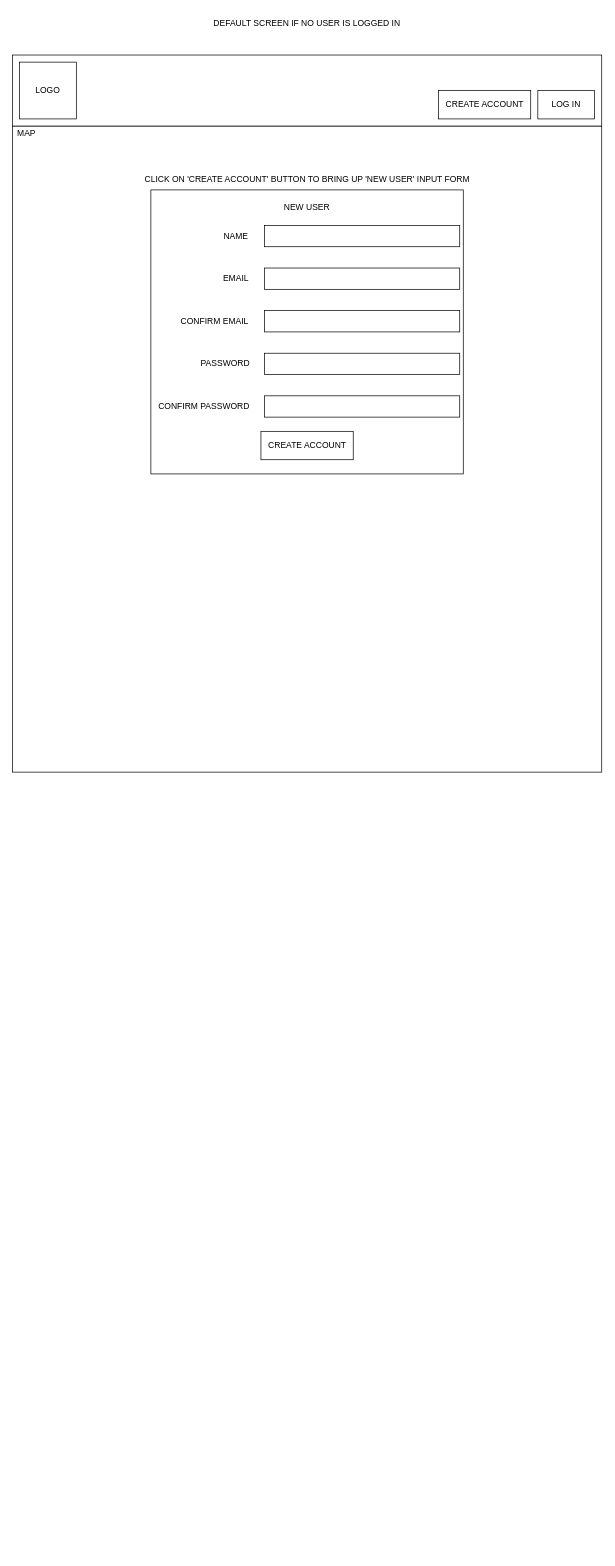
forrestmorrison/bmxparksorg keeps this draw.io diagram as bmxparksorg.drawio. Above is the earlier version. Source tidied: cells renumbered, new cells numbered last; positions are measured from the earlier drawing's top-left corner, leaving out a move shared by most shapes. Both pictures are drawn from the tidied source at 71%, with x=0, y=0 at pixel (12, 12).
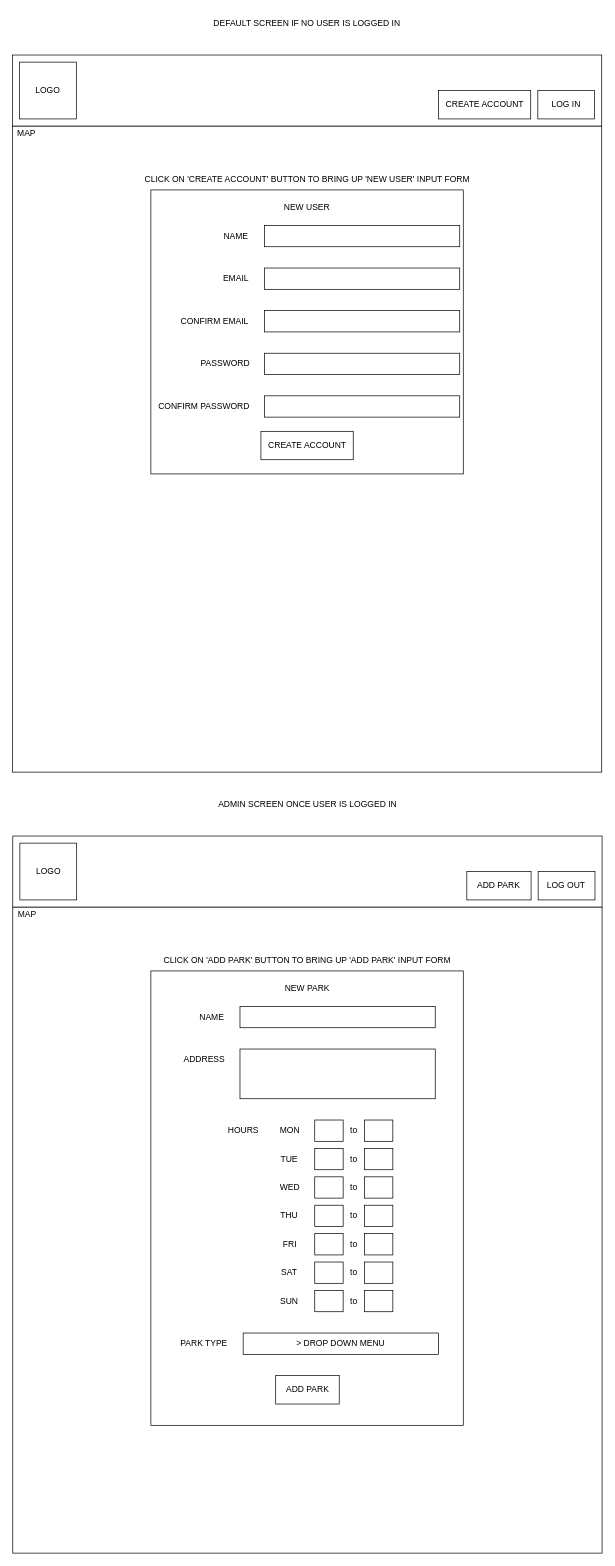
The same diagram, later.

Diff of the diagram source:
```diff
@@
+    <mxCell id="27" style="rounded=0;whiteSpace=wrap;html=1;" parent="1" vertex="1">
+      <mxGeometry x="0.5" y="1260" width="830" height="910" as="geometry" />
+    </mxCell>
+    <mxCell id="28" style="rounded=0;whiteSpace=wrap;html=1;" parent="1" vertex="1">
+      <mxGeometry x="0.5" y="1160" width="830" height="100" as="geometry" />
+    </mxCell>
+    <mxCell id="29" style="whiteSpace=wrap;html=1;" parent="1" vertex="1">
+      <mxGeometry x="10.5" y="1170" width="80" height="80" as="geometry" />
+    </mxCell>
+    <mxCell id="30" value="LOGO" style="text;html=1;strokeColor=none;fillColor=none;align=center;verticalAlign=middle;whiteSpace=wrap;rounded=0;" parent="1" vertex="1">
+      <mxGeometry x="20.5" y="1195" width="60" height="30" as="geometry" />
+    </mxCell>
+    <mxCell id="31" style="rounded=0;whiteSpace=wrap;html=1;" parent="1" vertex="1">
+      <mxGeometry x="740.5" y="1210" width="80" height="40" as="geometry" />
+    </mxCell>
+    <mxCell id="32" value="LOG OUT" style="text;html=1;strokeColor=none;fillColor=none;align=center;verticalAlign=middle;whiteSpace=wrap;rounded=0;" parent="1" vertex="1">
+      <mxGeometry x="752.2" y="1220" width="55.5" height="20" as="geometry" />
+    </mxCell>
+    <mxCell id="33" style="rounded=0;whiteSpace=wrap;html=1;" parent="1" vertex="1">
+      <mxGeometry x="640" y="1210" width="90.5" height="40" as="geometry" />
+    </mxCell>
+    <mxCell id="34" value="ADD PARK" style="text;html=1;strokeColor=none;fillColor=none;align=center;verticalAlign=middle;whiteSpace=wrap;rounded=0;" parent="1" vertex="1">
+      <mxGeometry x="649.2" y="1220" width="72" height="20" as="geometry" />
+    </mxCell>
+    <mxCell id="35" style="rounded=0;whiteSpace=wrap;html=1;" parent="1" vertex="1">
+      <mxGeometry x="195" y="1350" width="440" height="640" as="geometry" />
+    </mxCell>
+    <mxCell id="36" value="NEW PARK" style="text;html=1;strokeColor=none;fillColor=none;align=center;verticalAlign=middle;whiteSpace=wrap;rounded=0;" parent="1" vertex="1">
+      <mxGeometry x="373" y="1360" width="84.5" height="30" as="geometry" />
+    </mxCell>
+    <mxCell id="37" style="rounded=0;whiteSpace=wrap;html=1;" parent="1" vertex="1">
+      <mxGeometry x="320.5" y="1400" width="275" height="30" as="geometry" />
+    </mxCell>
+    <mxCell id="38" style="rounded=0;whiteSpace=wrap;html=1;" parent="1" vertex="1">
+      <mxGeometry x="320.5" y="1460" width="275" height="70" as="geometry" />
+    </mxCell>
+    <mxCell id="39" style="rounded=0;whiteSpace=wrap;html=1;" parent="1" vertex="1">
+      <mxGeometry x="425.8" y="1560" width="40" height="30" as="geometry" />
+    </mxCell>
+    <mxCell id="40" value="&amp;gt; DROP DOWN MENU" style="rounded=0;whiteSpace=wrap;html=1;" parent="1" vertex="1">
+      <mxGeometry x="325" y="1860" width="275" height="30" as="geometry" />
+    </mxCell>
+    <mxCell id="41" value="NAME" style="text;html=1;strokeColor=none;fillColor=none;align=center;verticalAlign=middle;whiteSpace=wrap;rounded=0;" parent="1" vertex="1">
+      <mxGeometry x="255.5" y="1400" width="50" height="30" as="geometry" />
+    </mxCell>
+    <mxCell id="42" value="ADDRESS" style="text;html=1;strokeColor=none;fillColor=none;align=center;verticalAlign=middle;whiteSpace=wrap;rounded=0;" parent="1" vertex="1">
+      <mxGeometry x="235" y="1460" width="70.5" height="30" as="geometry" />
+    </mxCell>
+    <mxCell id="43" value="HOURS" style="text;html=1;strokeColor=none;fillColor=none;align=center;verticalAlign=middle;whiteSpace=wrap;rounded=0;" parent="1" vertex="1">
+      <mxGeometry x="295" y="1560" width="60.5" height="30" as="geometry" />
+    </mxCell>
+    <mxCell id="44" value="PARK TYPE" style="text;html=1;strokeColor=none;fillColor=none;align=center;verticalAlign=middle;whiteSpace=wrap;rounded=0;" parent="1" vertex="1">
+      <mxGeometry x="230" y="1860" width="80" height="30" as="geometry" />
+    </mxCell>
+    <mxCell id="45" style="rounded=0;whiteSpace=wrap;html=1;" parent="1" vertex="1">
+      <mxGeometry x="370.8" y="1920" width="89.5" height="40" as="geometry" />
+    </mxCell>
+    <mxCell id="46" value="ADD PARK" style="text;html=1;strokeColor=none;fillColor=none;align=center;verticalAlign=middle;whiteSpace=wrap;rounded=0;" parent="1" vertex="1">
+      <mxGeometry x="379.5" y="1930" width="72" height="20" as="geometry" />
+    </mxCell>
+    <mxCell id="47" value="CLICK ON 'ADD PARK' BUTTON TO BRING UP 'ADD PARK' INPUT FORM" style="text;html=1;strokeColor=none;fillColor=none;align=center;verticalAlign=middle;whiteSpace=wrap;rounded=0;" parent="1" vertex="1">
+      <mxGeometry x="178" y="1320" width="475" height="30" as="geometry" />
+    </mxCell>
+    <mxCell id="48" value="ADMIN SCREEN ONCE USER IS LOGGED IN" style="text;html=1;strokeColor=none;fillColor=none;align=center;verticalAlign=middle;whiteSpace=wrap;rounded=0;" parent="1" vertex="1">
+      <mxGeometry x="275.5" y="1100" width="280" height="30" as="geometry" />
+    </mxCell>
+    <mxCell id="49" value="MAP" style="text;html=1;strokeColor=none;fillColor=none;align=center;verticalAlign=middle;whiteSpace=wrap;rounded=0;" parent="1" vertex="1">
+      <mxGeometry x="0.5" y="1260" width="40" height="20" as="geometry" />
+    </mxCell>
+    <mxCell id="50" value="MON" style="text;html=1;strokeColor=none;fillColor=none;align=center;verticalAlign=middle;whiteSpace=wrap;rounded=0;" parent="1" vertex="1">
+      <mxGeometry x="370.5" y="1560" width="40" height="30" as="geometry" />
+    </mxCell>
+    <mxCell id="51" value="TUE" style="text;html=1;strokeColor=none;fillColor=none;align=center;verticalAlign=middle;whiteSpace=wrap;rounded=0;" parent="1" vertex="1">
+      <mxGeometry x="370" y="1600" width="40" height="30" as="geometry" />
+    </mxCell>
+    <mxCell id="52" value="to" style="text;html=1;strokeColor=none;fillColor=none;align=center;verticalAlign=middle;whiteSpace=wrap;rounded=0;" parent="1" vertex="1">
+      <mxGeometry x="465.8" y="1560" width="30" height="30" as="geometry" />
+    </mxCell>
+    <mxCell id="53" style="rounded=0;whiteSpace=wrap;html=1;" parent="1" vertex="1">
+      <mxGeometry x="495.8" y="1560" width="40" height="30" as="geometry" />
+    </mxCell>
+    <mxCell id="54" style="rounded=0;whiteSpace=wrap;html=1;" parent="1" vertex="1">
+      <mxGeometry x="425.8" y="1600" width="40" height="30" as="geometry" />
+    </mxCell>
+    <mxCell id="55" value="to" style="text;html=1;strokeColor=none;fillColor=none;align=center;verticalAlign=middle;whiteSpace=wrap;rounded=0;" parent="1" vertex="1">
+      <mxGeometry x="465.8" y="1600" width="30" height="30" as="geometry" />
+    </mxCell>
+    <mxCell id="56" style="rounded=0;whiteSpace=wrap;html=1;" parent="1" vertex="1">
+      <mxGeometry x="495.8" y="1600" width="40" height="30" as="geometry" />
+    </mxCell>
+    <mxCell id="57" style="rounded=0;whiteSpace=wrap;html=1;" parent="1" vertex="1">
+      <mxGeometry x="425.8" y="1640" width="40" height="30" as="geometry" />
+    </mxCell>
+    <mxCell id="58" value="WED" style="text;html=1;strokeColor=none;fillColor=none;align=center;verticalAlign=middle;whiteSpace=wrap;rounded=0;" parent="1" vertex="1">
+      <mxGeometry x="370.5" y="1640" width="40" height="30" as="geometry" />
+    </mxCell>
+    <mxCell id="59" value="THU" style="text;html=1;strokeColor=none;fillColor=none;align=center;verticalAlign=middle;whiteSpace=wrap;rounded=0;" parent="1" vertex="1">
+      <mxGeometry x="370" y="1680" width="40" height="30" as="geometry" />
+    </mxCell>
+    <mxCell id="60" value="to" style="text;html=1;strokeColor=none;fillColor=none;align=center;verticalAlign=middle;whiteSpace=wrap;rounded=0;" parent="1" vertex="1">
+      <mxGeometry x="465.8" y="1640" width="30" height="30" as="geometry" />
+    </mxCell>
+    <mxCell id="61" style="rounded=0;whiteSpace=wrap;html=1;" parent="1" vertex="1">
+      <mxGeometry x="495.8" y="1640" width="40" height="30" as="geometry" />
+    </mxCell>
+    <mxCell id="62" style="rounded=0;whiteSpace=wrap;html=1;" parent="1" vertex="1">
+      <mxGeometry x="425.8" y="1680" width="40" height="30" as="geometry" />
+    </mxCell>
+    <mxCell id="63" value="to" style="text;html=1;strokeColor=none;fillColor=none;align=center;verticalAlign=middle;whiteSpace=wrap;rounded=0;" parent="1" vertex="1">
+      <mxGeometry x="465.8" y="1680" width="30" height="30" as="geometry" />
+    </mxCell>
+    <mxCell id="64" style="rounded=0;whiteSpace=wrap;html=1;" parent="1" vertex="1">
+      <mxGeometry x="495.8" y="1680" width="40" height="30" as="geometry" />
+    </mxCell>
+    <mxCell id="65" style="rounded=0;whiteSpace=wrap;html=1;" parent="1" vertex="1">
+      <mxGeometry x="425.8" y="1720" width="40" height="30" as="geometry" />
+    </mxCell>
+    <mxCell id="66" value="FRI" style="text;html=1;strokeColor=none;fillColor=none;align=center;verticalAlign=middle;whiteSpace=wrap;rounded=0;" parent="1" vertex="1">
+      <mxGeometry x="370.5" y="1720" width="40" height="30" as="geometry" />
+    </mxCell>
+    <mxCell id="67" value="SAT" style="text;html=1;strokeColor=none;fillColor=none;align=center;verticalAlign=middle;whiteSpace=wrap;rounded=0;" parent="1" vertex="1">
+      <mxGeometry x="370" y="1760" width="40" height="30" as="geometry" />
+    </mxCell>
+    <mxCell id="68" value="to" style="text;html=1;strokeColor=none;fillColor=none;align=center;verticalAlign=middle;whiteSpace=wrap;rounded=0;" parent="1" vertex="1">
+      <mxGeometry x="465.8" y="1720" width="30" height="30" as="geometry" />
+    </mxCell>
+    <mxCell id="69" style="rounded=0;whiteSpace=wrap;html=1;" parent="1" vertex="1">
+      <mxGeometry x="495.8" y="1720" width="40" height="30" as="geometry" />
+    </mxCell>
+    <mxCell id="70" style="rounded=0;whiteSpace=wrap;html=1;" parent="1" vertex="1">
+      <mxGeometry x="425.8" y="1760" width="40" height="30" as="geometry" />
+    </mxCell>
+    <mxCell id="71" value="to" style="text;html=1;strokeColor=none;fillColor=none;align=center;verticalAlign=middle;whiteSpace=wrap;rounded=0;" parent="1" vertex="1">
+      <mxGeometry x="465.8" y="1760" width="30" height="30" as="geometry" />
+    </mxCell>
+    <mxCell id="72" style="rounded=0;whiteSpace=wrap;html=1;" parent="1" vertex="1">
+      <mxGeometry x="495.8" y="1760" width="40" height="30" as="geometry" />
+    </mxCell>
+    <mxCell id="73" value="SUN" style="text;html=1;strokeColor=none;fillColor=none;align=center;verticalAlign=middle;whiteSpace=wrap;rounded=0;" parent="1" vertex="1">
+      <mxGeometry x="370" y="1800" width="40" height="30" as="geometry" />
+    </mxCell>
+    <mxCell id="74" style="rounded=0;whiteSpace=wrap;html=1;" parent="1" vertex="1">
+      <mxGeometry x="425.8" y="1800" width="40" height="30" as="geometry" />
+    </mxCell>
+    <mxCell id="75" value="to" style="text;html=1;strokeColor=none;fillColor=none;align=center;verticalAlign=middle;whiteSpace=wrap;rounded=0;" parent="1" vertex="1">
+      <mxGeometry x="465.8" y="1800" width="30" height="30" as="geometry" />
+    </mxCell>
+    <mxCell id="76" style="rounded=0;whiteSpace=wrap;html=1;" parent="1" vertex="1">
+      <mxGeometry x="495.8" y="1800" width="40" height="30" as="geometry" />
+    </mxCell>
```
